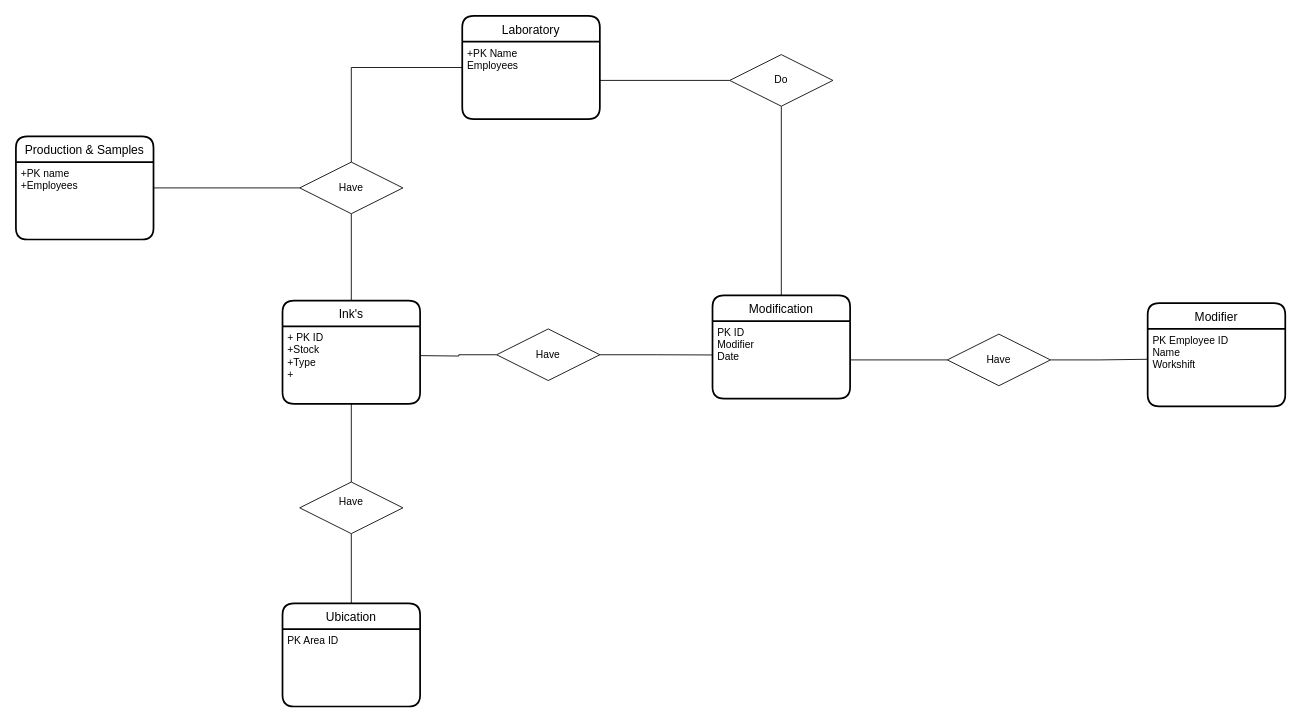
The draw.io diagram Untitled Diagram.drawio in BarajasGD/DB_Diagrams, before the edit. Source tidied: cells renumbered, new cells numbered last; positions are measured from the earlier drawing's top-left corner, leaving out a move shared by most shapes. Both pictures are drawn from the tidied source at 86%, with x=0, y=0 at pixel (15, 15).
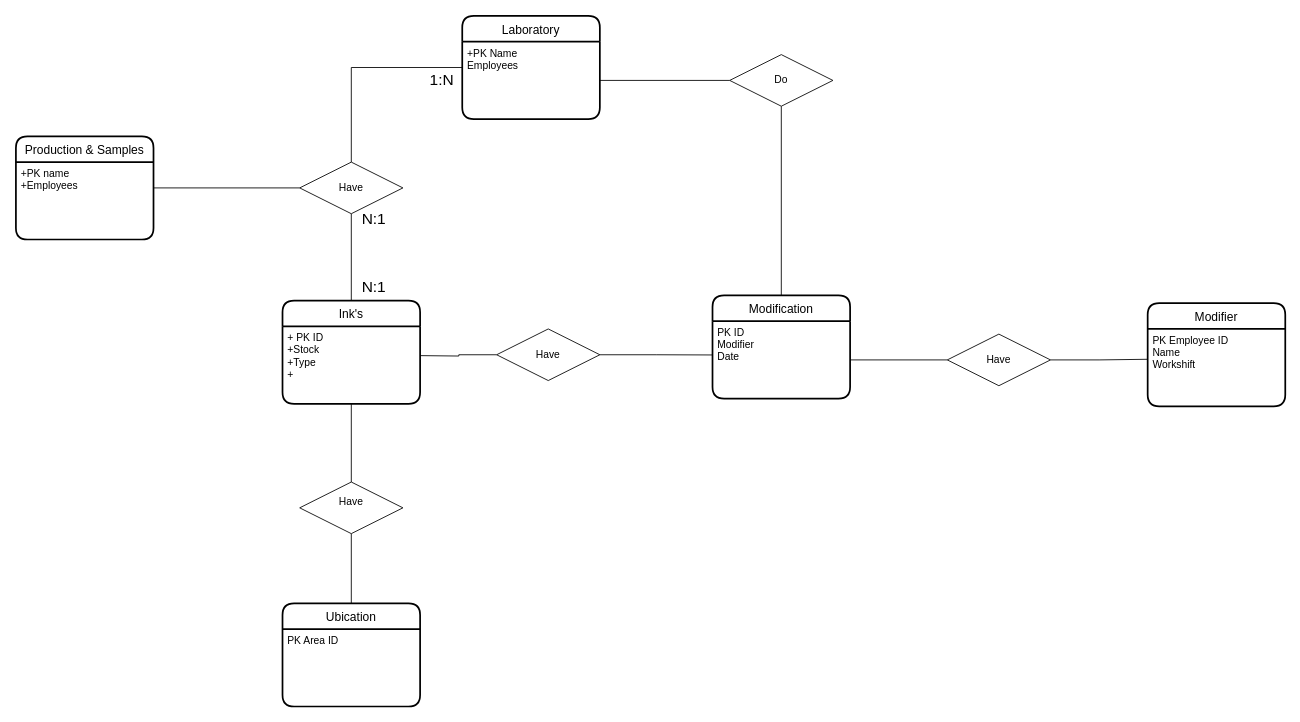
Above is the later version.

What changed in the source:
```diff
@@
+    <mxCell id="30" value="&lt;font style=&quot;font-size: 18px;&quot;&gt;N:1&lt;/font&gt;" style="text;html=1;align=center;verticalAlign=middle;strokeColor=none;fillColor=none;" parent="1" vertex="1">
+      <mxGeometry x="397" y="305" width="38" height="20" as="geometry" />
+    </mxCell>
+    <mxCell id="31" value="&lt;font style=&quot;font-size: 18px;&quot;&gt;1:N&lt;/font&gt;" style="text;html=1;align=center;verticalAlign=middle;strokeColor=none;fillColor=none;" parent="1" vertex="1">
+      <mxGeometry x="476" y="65" width="38" height="20" as="geometry" />
+    </mxCell>
+    <mxCell id="32" value="&lt;font style=&quot;font-size: 18px;&quot;&gt;N:1&lt;/font&gt;" style="text;html=1;align=center;verticalAlign=middle;strokeColor=none;fillColor=none;" parent="1" vertex="1">
+      <mxGeometry x="397" y="227" width="38" height="20" as="geometry" />
+    </mxCell>
```
